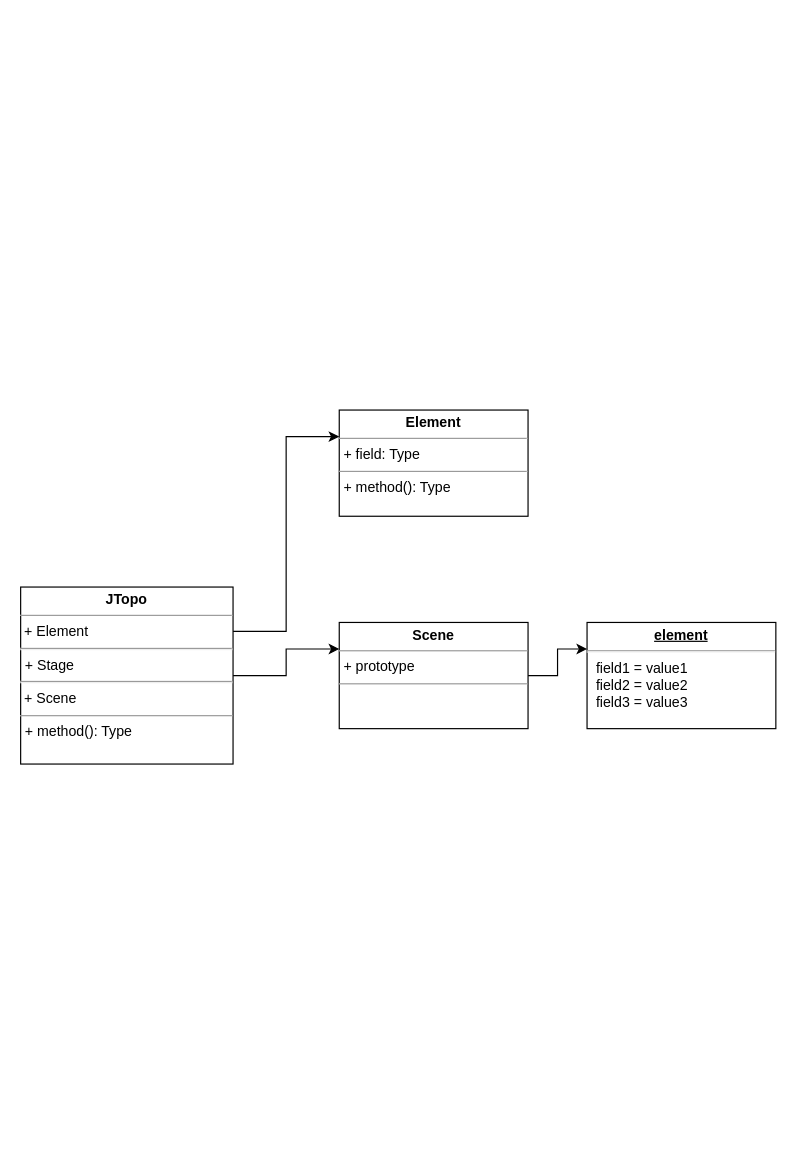
Above: Untitled Diagram.drawio in waterwatermelon/graph (draw.io), before the change. Source tidied: cells renumbered, new cells numbered last; positions are measured from the earlier drawing's top-left corner, leaving out a move shared by most shapes. Both pictures are drawn from the tidied source at 118%, with x=0, y=0 at pixel (20, 409).
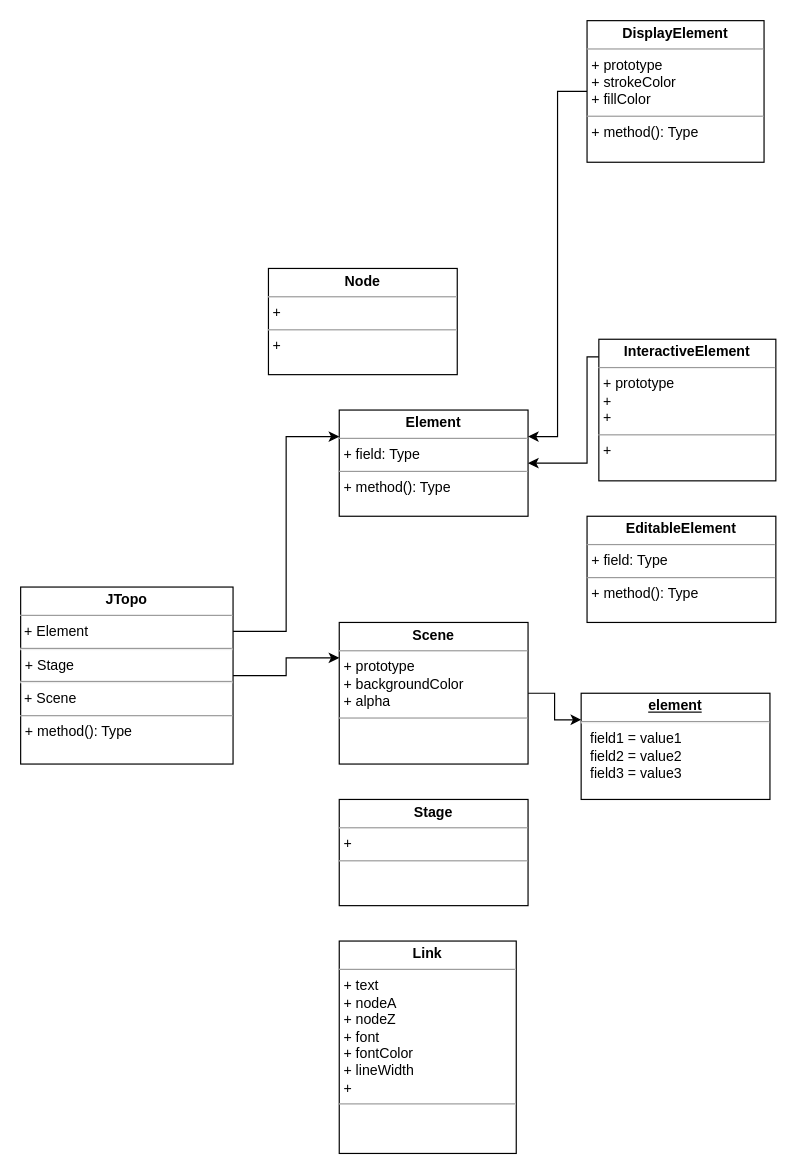
Above is the later version.

Diff of the diagram source:
```diff
@@
 <mxGraphModel>
   <root>
     <mxCell id="0" />
     <mxCell id="1" parent="0" />
     <mxCell id="2" style="edgeStyle=orthogonalEdgeStyle;rounded=0;jettySize=auto;html=1;exitX=1;exitY=0.5;exitDx=0;exitDy=0;entryX=0;entryY=0.25;entryDx=0;entryDy=0;" parent="1" edge="1" source="3" target="4">
       <mxGeometry relative="1" as="geometry" />
     </mxCell>
-    <mxCell id="3" value="&lt;p style=&quot;margin: 0px ; margin-top: 4px ; text-align: center&quot;&gt;&lt;b&gt;Scene&lt;/b&gt;&lt;/p&gt;&lt;hr size=&quot;1&quot;&gt;&lt;p style=&quot;margin: 0px ; margin-left: 4px&quot;&gt;+ prototype&lt;/p&gt;&lt;hr size=&quot;1&quot;&gt;&lt;p style=&quot;margin: 0px ; margin-left: 4px&quot;&gt;&lt;br&gt;&lt;/p&gt;" style="verticalAlign=top;align=left;overflow=fill;fontSize=12;fontFamily=Helvetica;html=1;" parent="1" vertex="1">
-      <mxGeometry x="270" y="180" width="160" height="90" as="geometry" />
+    <mxCell id="3" value="&lt;p style=&quot;margin: 0px ; margin-top: 4px ; text-align: center&quot;&gt;&lt;b&gt;Scene&lt;/b&gt;&lt;/p&gt;&lt;hr size=&quot;1&quot;&gt;&lt;p style=&quot;margin: 0px ; margin-left: 4px&quot;&gt;+ prototype&lt;/p&gt;&lt;p style=&quot;margin: 0px ; margin-left: 4px&quot;&gt;+ backgroundColor&lt;/p&gt;&lt;p style=&quot;margin: 0px ; margin-left: 4px&quot;&gt;+ alpha&lt;/p&gt;&lt;hr size=&quot;1&quot;&gt;&lt;p style=&quot;margin: 0px ; margin-left: 4px&quot;&gt;&lt;br&gt;&lt;/p&gt;" style="verticalAlign=top;align=left;overflow=fill;fontSize=12;fontFamily=Helvetica;html=1;" parent="1" vertex="1">
+      <mxGeometry x="270" y="180" width="160" height="120" as="geometry" />
     </mxCell>
     <mxCell id="4" value="&lt;p style=&quot;margin: 0px ; margin-top: 4px ; text-align: center ; text-decoration: underline&quot;&gt;&lt;b&gt;element&lt;/b&gt;&lt;/p&gt;&lt;hr&gt;&lt;p style=&quot;margin: 0px ; margin-left: 8px&quot;&gt;field1 = value1&lt;br&gt;field2 = value2&lt;br&gt;field3 = value3&lt;/p&gt;" style="verticalAlign=top;align=left;overflow=fill;fontSize=12;fontFamily=Helvetica;html=1;" parent="1" vertex="1">
-      <mxGeometry x="480" y="180" width="160" height="90" as="geometry" />
+      <mxGeometry x="475" y="240" width="160" height="90" as="geometry" />
     </mxCell>
     <mxCell id="5" value="&lt;p style=&quot;margin: 0px ; margin-top: 4px ; text-align: center&quot;&gt;&lt;b&gt;Element&lt;/b&gt;&lt;/p&gt;&lt;hr size=&quot;1&quot;&gt;&lt;p style=&quot;margin: 0px ; margin-left: 4px&quot;&gt;+ field: Type&lt;/p&gt;&lt;hr size=&quot;1&quot;&gt;&lt;p style=&quot;margin: 0px ; margin-left: 4px&quot;&gt;+ method(): Type&lt;/p&gt;" style="verticalAlign=top;align=left;overflow=fill;fontSize=12;fontFamily=Helvetica;html=1;" parent="1" vertex="1">
       <mxGeometry x="270" width="160" height="90" as="geometry" />
     </mxCell>
     <mxCell id="6" style="edgeStyle=orthogonalEdgeStyle;rounded=0;jettySize=auto;html=1;exitX=1;exitY=0.25;exitDx=0;exitDy=0;entryX=0;entryY=0.25;entryDx=0;entryDy=0;" parent="1" edge="1" source="8" target="5">
       <mxGeometry relative="1" as="geometry" />
     </mxCell>
     <mxCell id="7" style="edgeStyle=orthogonalEdgeStyle;rounded=0;jettySize=auto;html=1;entryX=0;entryY=0.25;entryDx=0;entryDy=0;" parent="1" edge="1" source="8" target="3">
       <mxGeometry relative="1" as="geometry" />
     </mxCell>
     <mxCell id="8" value="&lt;p style=&quot;margin: 0px ; margin-top: 4px ; text-align: center&quot;&gt;&lt;b&gt;JTopo&lt;/b&gt;&lt;/p&gt;&lt;hr size=&quot;1&quot;&gt;&amp;nbsp;+ Element&lt;hr&gt;&lt;p style=&quot;margin: 0px ; margin-left: 4px&quot;&gt;+ Stage&lt;/p&gt;&lt;hr&gt;&amp;nbsp;+ Scene&lt;hr size=&quot;1&quot;&gt;&lt;p style=&quot;margin: 0px ; margin-left: 4px&quot;&gt;+ method(): Type&lt;/p&gt;" style="verticalAlign=top;align=left;overflow=fill;fontSize=12;fontFamily=Helvetica;html=1;" parent="1" vertex="1">
       <mxGeometry y="150" width="180" height="150" as="geometry" />
     </mxCell>
+    <mxCell id="9" value="&lt;p style=&quot;margin: 0px ; margin-top: 4px ; text-align: center&quot;&gt;&lt;b&gt;Stage&lt;/b&gt;&lt;/p&gt;&lt;hr size=&quot;1&quot;&gt;&lt;p style=&quot;margin: 0px ; margin-left: 4px&quot;&gt;+&amp;nbsp;&lt;/p&gt;&lt;hr size=&quot;1&quot;&gt;&lt;p style=&quot;margin: 0px ; margin-left: 4px&quot;&gt;&lt;br&gt;&lt;/p&gt;" style="verticalAlign=top;align=left;overflow=fill;fontSize=12;fontFamily=Helvetica;html=1;" parent="1" vertex="1">
+      <mxGeometry x="270" y="330" width="160" height="90" as="geometry" />
+    </mxCell>
+    <mxCell id="10" value="&lt;p style=&quot;margin: 0px ; margin-top: 4px ; text-align: center&quot;&gt;&lt;b&gt;Link&lt;/b&gt;&lt;/p&gt;&lt;hr size=&quot;1&quot;&gt;&lt;p style=&quot;margin: 0px ; margin-left: 4px&quot;&gt;+ text&lt;/p&gt;&lt;p style=&quot;margin: 0px ; margin-left: 4px&quot;&gt;+ nodeA&lt;/p&gt;&lt;p style=&quot;margin: 0px ; margin-left: 4px&quot;&gt;+ nodeZ&amp;nbsp;&amp;nbsp;&lt;/p&gt;&lt;p style=&quot;margin: 0px ; margin-left: 4px&quot;&gt;+ font&lt;/p&gt;&lt;p style=&quot;margin: 0px ; margin-left: 4px&quot;&gt;+ fontColor&lt;/p&gt;&lt;p style=&quot;margin: 0px ; margin-left: 4px&quot;&gt;+ lineWidth&amp;nbsp;&lt;/p&gt;&lt;p style=&quot;margin: 0px ; margin-left: 4px&quot;&gt;+&amp;nbsp;&lt;/p&gt;&lt;hr size=&quot;1&quot;&gt;&lt;p style=&quot;margin: 0px ; margin-left: 4px&quot;&gt;&lt;br&gt;&lt;/p&gt;" style="verticalAlign=top;align=left;overflow=fill;fontSize=12;fontFamily=Helvetica;html=1;" parent="1" vertex="1">
+      <mxGeometry x="270" y="450" width="150" height="180" as="geometry" />
+    </mxCell>
+    <mxCell id="11" style="edgeStyle=orthogonalEdgeStyle;rounded=0;jettySize=auto;html=1;" parent="1" edge="1" source="12" target="5">
+      <mxGeometry relative="1" as="geometry">
+        <Array as="points">
+          <mxPoint x="480" y="-45" />
+        </Array>
+      </mxGeometry>
+    </mxCell>
+    <mxCell id="12" value="&lt;p style=&quot;margin: 0px ; margin-top: 4px ; text-align: center&quot;&gt;&lt;b&gt;InteractiveElement&lt;/b&gt;&lt;/p&gt;&lt;hr size=&quot;1&quot;&gt;&lt;p style=&quot;margin: 0px ; margin-left: 4px&quot;&gt;+ prototype&lt;/p&gt;&lt;p style=&quot;margin: 0px ; margin-left: 4px&quot;&gt;+&amp;nbsp;&lt;/p&gt;&lt;p style=&quot;margin: 0px ; margin-left: 4px&quot;&gt;+&amp;nbsp;&lt;/p&gt;&lt;hr size=&quot;1&quot;&gt;&lt;p style=&quot;margin: 0px ; margin-left: 4px&quot;&gt;+&amp;nbsp;&lt;/p&gt;" style="verticalAlign=top;align=left;overflow=fill;fontSize=12;fontFamily=Helvetica;html=1;" parent="1" vertex="1">
+      <mxGeometry x="490" y="-60" width="150" height="120" as="geometry" />
+    </mxCell>
+    <mxCell id="13" style="edgeStyle=orthogonalEdgeStyle;rounded=0;jettySize=auto;html=1;exitX=0;exitY=0.5;exitDx=0;exitDy=0;entryX=1;entryY=0.25;entryDx=0;entryDy=0;" parent="1" edge="1" source="14" target="5">
+      <mxGeometry relative="1" as="geometry" />
+    </mxCell>
+    <mxCell id="14" value="&lt;p style=&quot;margin: 0px ; margin-top: 4px ; text-align: center&quot;&gt;&lt;b&gt;DisplayElement&lt;/b&gt;&lt;/p&gt;&lt;hr size=&quot;1&quot;&gt;&lt;p style=&quot;margin: 0px ; margin-left: 4px&quot;&gt;+ prototype&lt;/p&gt;&lt;p style=&quot;margin: 0px ; margin-left: 4px&quot;&gt;+ strokeColor&lt;/p&gt;&lt;p style=&quot;margin: 0px ; margin-left: 4px&quot;&gt;+ fillColor&lt;/p&gt;&lt;hr size=&quot;1&quot;&gt;&lt;p style=&quot;margin: 0px ; margin-left: 4px&quot;&gt;+ method(): Type&lt;/p&gt;" style="verticalAlign=top;align=left;overflow=fill;fontSize=12;fontFamily=Helvetica;html=1;" parent="1" vertex="1">
+      <mxGeometry x="480" y="-330" width="150" height="120" as="geometry" />
+    </mxCell>
+    <mxCell id="15" value="&lt;p style=&quot;margin: 0px ; margin-top: 4px ; text-align: center&quot;&gt;&lt;b&gt;EditableElement&lt;/b&gt;&lt;/p&gt;&lt;hr size=&quot;1&quot;&gt;&lt;p style=&quot;margin: 0px ; margin-left: 4px&quot;&gt;+ field: Type&lt;/p&gt;&lt;hr size=&quot;1&quot;&gt;&lt;p style=&quot;margin: 0px ; margin-left: 4px&quot;&gt;+ method(): Type&lt;/p&gt;" style="verticalAlign=top;align=left;overflow=fill;fontSize=12;fontFamily=Helvetica;html=1;" parent="1" vertex="1">
+      <mxGeometry x="480" y="90" width="160" height="90" as="geometry" />
+    </mxCell>
+    <mxCell id="16" value="&lt;p style=&quot;margin: 0px ; margin-top: 4px ; text-align: center&quot;&gt;&lt;b&gt;Node&lt;/b&gt;&lt;/p&gt;&lt;hr size=&quot;1&quot;&gt;&lt;p style=&quot;margin: 0px ; margin-left: 4px&quot;&gt;+&amp;nbsp;&amp;nbsp;&lt;/p&gt;&lt;hr size=&quot;1&quot;&gt;&lt;p style=&quot;margin: 0px ; margin-left: 4px&quot;&gt;+&amp;nbsp;&lt;/p&gt;" style="verticalAlign=top;align=left;overflow=fill;fontSize=12;fontFamily=Helvetica;html=1;" parent="1" vertex="1">
+      <mxGeometry x="210" y="-120" width="160" height="90" as="geometry" />
+    </mxCell>
   </root>
 </mxGraphModel>
```
